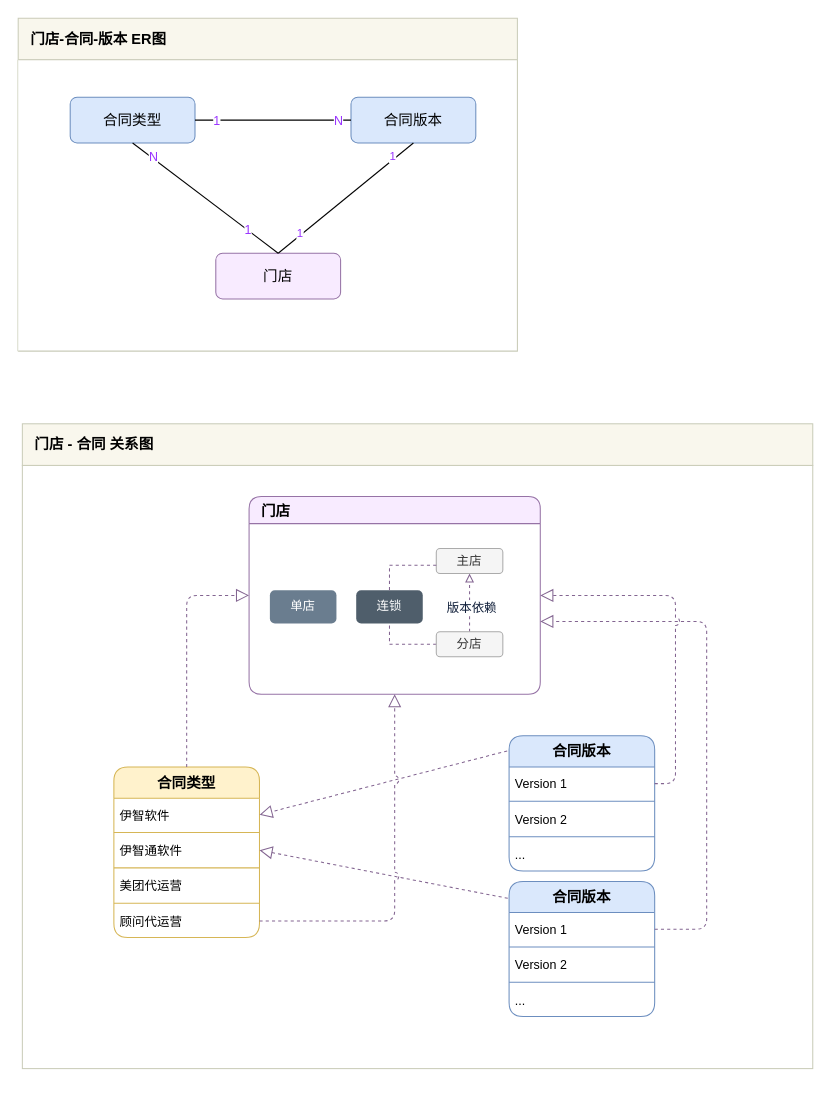
Before: page "门店 - 合同关系1" (2 of 3) of YZOA.drawio in yangbe/diagrams, a draw.io diagram. Source tidied: cells renumbered, new cells numbered last; positions are measured from the earlier drawing's top-left corner, leaving out a move shared by most shapes. Both pictures are drawn from the tidied source at 104%, with x=0, y=0 at pixel (18, 18).
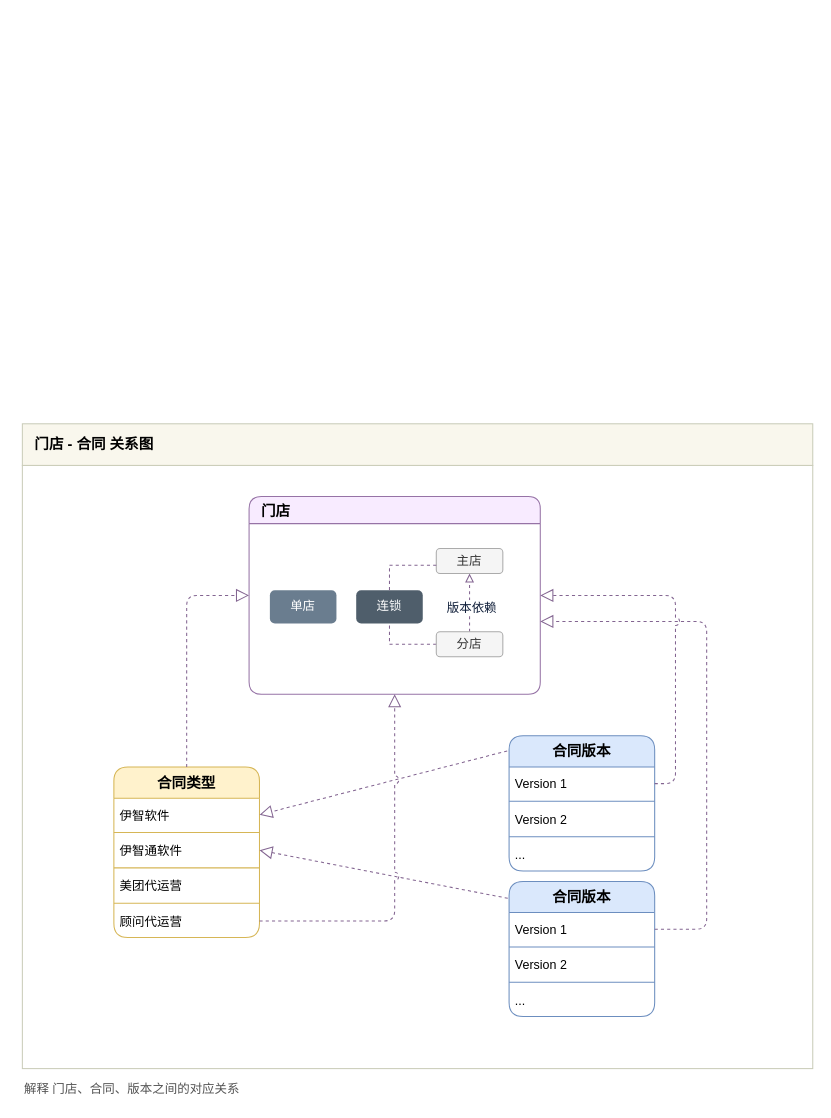
The same page after the edit.

Diff of the diagram source:
```diff
@@
-    <mxCell id="2" value="门店-合同-版本 ER图" style="swimlane;html=1;horizontal=1;startSize=40;rounded=0;glass=0;labelBackgroundColor=none;strokeColor=#CACCB9;fillColor=#f9f7ed;fontSize=14;align=left;spacingLeft=10;fontColor=#000000;" parent="1" vertex="1">
-      <mxGeometry width="480" height="320" as="geometry" />
-    </mxCell>
-    <mxCell id="3" style="swimlane;html=1;startSize=0;horizontal=0;rounded=0;fontSize=14;align=left;strokeColor=#CACCB9;fillColor=#f9f7ed;glass=0;spacingLeft=10;swimlaneFillColor=#ffffff;" parent="2" vertex="1">
-      <mxGeometry y="40" width="480" height="280" as="geometry" />
-    </mxCell>
-    <mxCell id="4" value="合同版本" style="rounded=1;whiteSpace=wrap;html=1;fillColor=#dae8fc;strokeColor=#6c8ebf;fontSize=14;" parent="3" vertex="1">
-      <mxGeometry x="320" y="36" width="120" height="44" as="geometry" />
-    </mxCell>
-    <mxCell id="5" value="合同类型" style="rounded=1;whiteSpace=wrap;html=1;fillColor=#dae8fc;strokeColor=#6c8ebf;fontSize=14;" parent="3" vertex="1">
-      <mxGeometry x="50" y="36" width="120" height="44" as="geometry" />
-    </mxCell>
-    <mxCell id="6" value="门店" style="rounded=1;whiteSpace=wrap;html=1;strokeColor=#9673a6;fontSize=14;fillColor=#F8EBFF;" parent="3" vertex="1">
-      <mxGeometry x="190" y="186" width="120" height="44" as="geometry" />
-    </mxCell>
-    <mxCell id="7" style="edgeStyle=none;rounded=0;jettySize=auto;html=1;fontSize=14;endArrow=none;endFill=0;fontColor=#007FFF;" parent="3" edge="1" source="5" target="4">
-      <mxGeometry relative="1" as="geometry" />
-    </mxCell>
-    <mxCell id="8" value="1" style="edgeLabel;html=1;align=center;verticalAlign=middle;fontSize=12;fontColor=#9933FF;" parent="7" vertex="1">
-      <mxGeometry x="-0.74" relative="1" as="geometry" />
-    </mxCell>
-    <mxCell id="9" value="N" style="edgeLabel;html=1;align=center;verticalAlign=middle;fontSize=12;fontColor=#9933FF;" parent="7" vertex="1">
-      <mxGeometry x="0.82" y="-1" relative="1" as="geometry">
-        <mxPoint y="-1" as="offset" />
-      </mxGeometry>
-    </mxCell>
-    <mxCell id="10" style="rounded=0;jettySize=auto;html=1;fontSize=14;startArrow=none;startFill=0;endArrow=none;endFill=0;endSize=6;startSize=6;entryX=0.5;entryY=0;entryDx=0;entryDy=0;exitX=0.5;exitY=1;exitDx=0;exitDy=0;fontColor=#007FFF;" parent="3" edge="1" source="5" target="6">
-      <mxGeometry relative="1" as="geometry" />
-    </mxCell>
-    <mxCell id="11" value="N" style="edgeLabel;html=1;align=center;verticalAlign=middle;fontSize=12;fontColor=#9933FF;" parent="10" vertex="1">
-      <mxGeometry x="-0.79" y="-1" relative="1" as="geometry">
-        <mxPoint x="5.9" y="2.3" as="offset" />
-      </mxGeometry>
-    </mxCell>
-    <mxCell id="12" value="1" style="edgeLabel;html=1;align=center;verticalAlign=middle;fontSize=12;fontColor=#9933FF;" parent="10" vertex="1">
-      <mxGeometry x="0.67" relative="1" as="geometry">
-        <mxPoint x="-6.9" y="-5.5" as="offset" />
-      </mxGeometry>
-    </mxCell>
-    <mxCell id="13" style="edgeStyle=none;rounded=0;jettySize=auto;html=1;exitX=0.5;exitY=1;exitDx=0;exitDy=0;entryX=0.5;entryY=0;entryDx=0;entryDy=0;startArrow=none;startFill=0;startSize=6;endArrow=none;endFill=0;endSize=6;fontSize=14;fontColor=#007FFF;" parent="3" edge="1" source="4" target="6">
-      <mxGeometry relative="1" as="geometry" />
-    </mxCell>
-    <mxCell id="14" value="1" style="edgeLabel;html=1;align=center;verticalAlign=middle;fontColor=#9933FF;" parent="13" vertex="1">
-      <mxGeometry x="0.73" y="1" relative="1" as="geometry">
-        <mxPoint x="1.8" y="-6.4" as="offset" />
-      </mxGeometry>
-    </mxCell>
-    <mxCell id="15" value="1" style="edgeLabel;html=1;align=center;verticalAlign=middle;fontColor=#9933FF;" parent="13" vertex="1">
-      <mxGeometry x="-0.79" y="2" relative="1" as="geometry">
-        <mxPoint x="-7.6" as="offset" />
-      </mxGeometry>
-    </mxCell>
@@
+    <mxCell id="54" value="解释 门店、合同、版本之间的对应关系" style="text;html=1;strokeColor=none;fillColor=none;align=left;verticalAlign=middle;whiteSpace=wrap;rounded=0;fontColor=#525252;" parent="1" vertex="1">
+      <mxGeometry x="4" y="1020" width="480" height="20" as="geometry" />
+    </mxCell>
```
